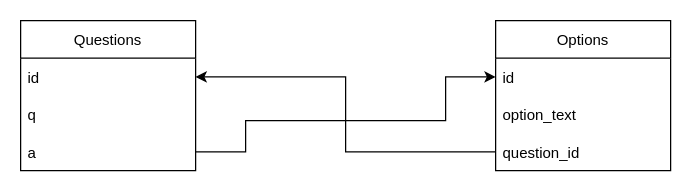
Earlier version of the draw.io diagram pcep/Untitled Diagram.drawio (vgenov-py/t603). Source tidied: cells renumbered, new cells numbered last; positions are measured from the earlier drawing's top-left corner, leaving out a move shared by most shapes. Both pictures are drawn from the tidied source at 125%, with x=0, y=0 at pixel (20, 20).
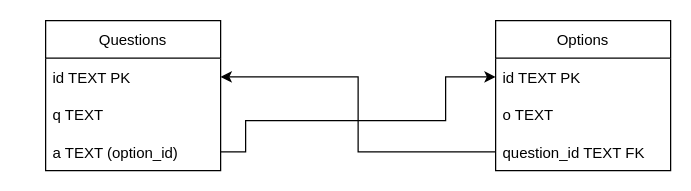
The same page after the edit.

What changed in the source:
```diff
@@
 <mxGraphModel>
   <root>
     <mxCell id="0" />
     <mxCell id="1" parent="0" />
     <mxCell id="2" value="Questions" style="swimlane;fontStyle=0;horizontal=1;startSize=30;" parent="1" vertex="1">
-      <mxGeometry width="140" height="120" as="geometry" />
+      <mxGeometry x="20" width="140" height="120" as="geometry" />
     </mxCell>
-    <mxCell id="3" value="id" style="text;strokeColor=none;fillColor=none;align=left;verticalAlign=middle;spacingLeft=4;spacingRight=4;overflow=hidden;points=[[0,0.5],[1,0.5]];portConstraint=eastwest;" parent="2" vertex="1">
+    <mxCell id="3" value="id TEXT PK" style="text;strokeColor=none;fillColor=none;align=left;verticalAlign=middle;spacingLeft=4;spacingRight=4;overflow=hidden;points=[[0,0.5],[1,0.5]];portConstraint=eastwest;" parent="2" vertex="1">
       <mxGeometry y="30" width="140" height="30" as="geometry" />
     </mxCell>
-    <mxCell id="4" value="q" style="text;strokeColor=none;fillColor=none;align=left;verticalAlign=middle;spacingLeft=4;spacingRight=4;overflow=hidden;" parent="2" vertex="1">
+    <mxCell id="4" value="q TEXT " style="text;strokeColor=none;fillColor=none;align=left;verticalAlign=middle;spacingLeft=4;spacingRight=4;overflow=hidden;" parent="2" vertex="1">
       <mxGeometry y="60" width="140" height="30" as="geometry" />
     </mxCell>
-    <mxCell id="5" value="a" style="text;strokeColor=none;fillColor=none;align=left;verticalAlign=middle;spacingLeft=4;spacingRight=4;overflow=hidden;points=[[0,0.5],[1,0.5]];portConstraint=eastwest;" parent="2" vertex="1">
+    <mxCell id="5" value="a TEXT (option_id)" style="text;strokeColor=none;fillColor=none;align=left;verticalAlign=middle;spacingLeft=4;spacingRight=4;overflow=hidden;points=[[0,0.5],[1,0.5]];portConstraint=eastwest;" parent="2" vertex="1">
       <mxGeometry y="90" width="140" height="30" as="geometry" />
     </mxCell>
     <mxCell id="6" value="Options" style="swimlane;fontStyle=0;horizontal=1;startSize=30;" parent="1" vertex="1">
       <mxGeometry x="380" width="140" height="120" as="geometry" />
     </mxCell>
-    <mxCell id="7" value="id" style="text;strokeColor=none;fillColor=none;align=left;verticalAlign=middle;spacingLeft=4;spacingRight=4;overflow=hidden;points=[[0,0.5],[1,0.5]];portConstraint=eastwest;" parent="6" vertex="1">
+    <mxCell id="7" value="id TEXT PK" style="text;strokeColor=none;fillColor=none;align=left;verticalAlign=middle;spacingLeft=4;spacingRight=4;overflow=hidden;points=[[0,0.5],[1,0.5]];portConstraint=eastwest;" parent="6" vertex="1">
       <mxGeometry y="30" width="140" height="30" as="geometry" />
     </mxCell>
-    <mxCell id="8" value="option_text" style="text;strokeColor=none;fillColor=none;align=left;verticalAlign=middle;spacingLeft=4;spacingRight=4;overflow=hidden;" parent="6" vertex="1">
+    <mxCell id="8" value="o TEXT" style="text;strokeColor=none;fillColor=none;align=left;verticalAlign=middle;spacingLeft=4;spacingRight=4;overflow=hidden;" parent="6" vertex="1">
       <mxGeometry y="60" width="140" height="30" as="geometry" />
     </mxCell>
-    <mxCell id="9" value="question_id" style="text;strokeColor=none;fillColor=none;align=left;verticalAlign=middle;spacingLeft=4;spacingRight=4;overflow=hidden;points=[[0,0.5],[1,0.5]];portConstraint=eastwest;" parent="6" vertex="1">
+    <mxCell id="9" value="question_id TEXT FK" style="text;strokeColor=none;fillColor=none;align=left;verticalAlign=middle;spacingLeft=4;spacingRight=4;overflow=hidden;points=[[0,0.5],[1,0.5]];portConstraint=eastwest;" parent="6" vertex="1">
       <mxGeometry y="90" width="140" height="30" as="geometry" />
     </mxCell>
     <mxCell id="10" style="edgeStyle=orthogonalEdgeStyle;rounded=0;jettySize=auto;html=1;entryX=1;entryY=0.5;entryDx=0;entryDy=0;" parent="1" edge="1" source="9" target="3">
       <mxGeometry relative="1" as="geometry" />
     </mxCell>
     <mxCell id="11" style="edgeStyle=orthogonalEdgeStyle;rounded=0;jettySize=auto;html=1;exitX=1;exitY=0.5;exitDx=0;exitDy=0;entryX=0;entryY=0.5;entryDx=0;entryDy=0;" parent="1" edge="1" source="5" target="7">
       <mxGeometry relative="1" as="geometry">
         <Array as="points">
           <mxPoint x="180" y="105" />
           <mxPoint x="180" y="80" />
           <mxPoint x="340" y="80" />
           <mxPoint x="340" y="45" />
         </Array>
       </mxGeometry>
     </mxCell>
   </root>
 </mxGraphModel>
```
